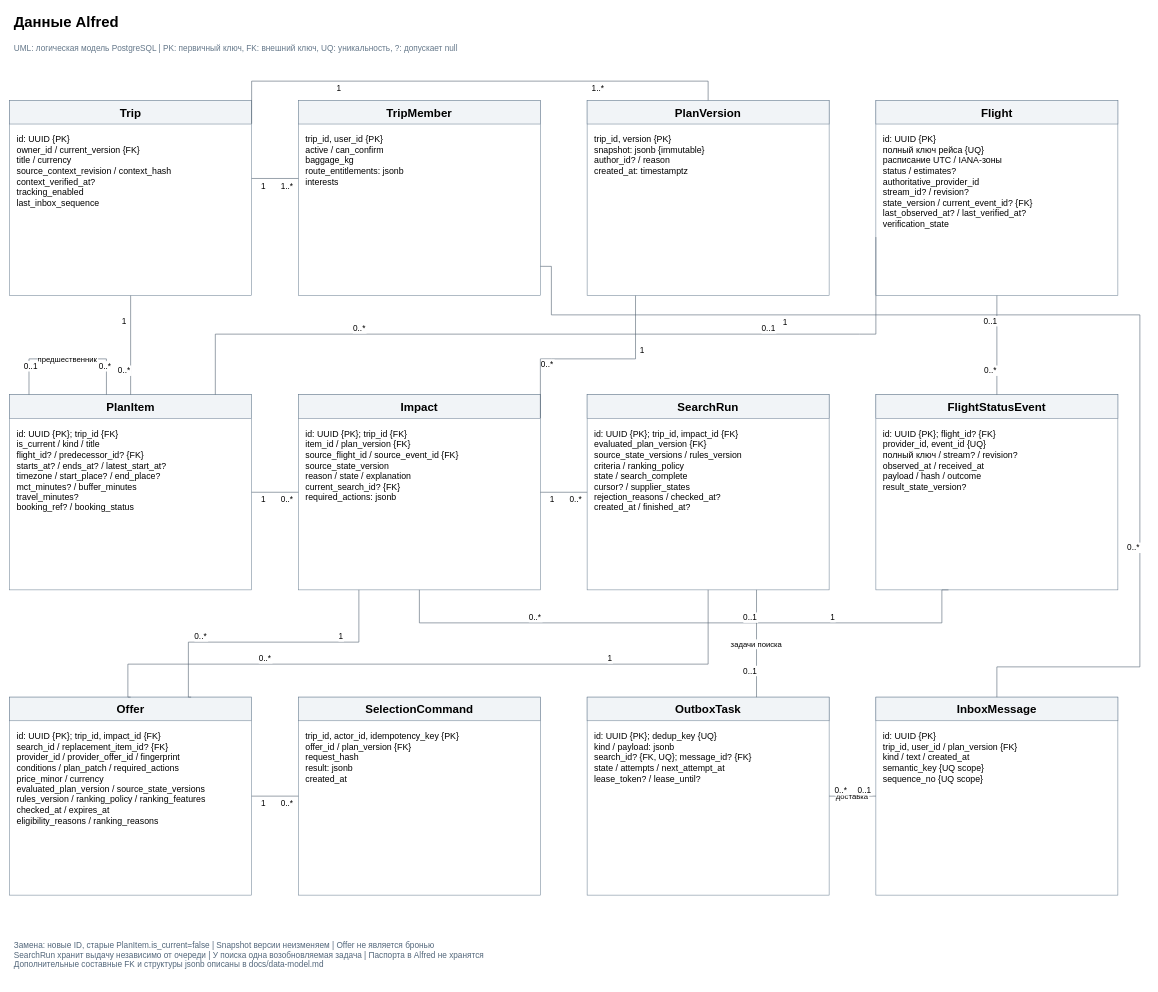
Earlier version of the draw.io diagram docs/diagrams/04-data-model.drawio (klarty-n/alfred-travel-system-design). Source tidied: cells renumbered, new cells numbered last; positions are measured from the earlier drawing's top-left corner, leaving out a move shared by most shapes. Both pictures are drawn from the tidied source at 55%, with x=0, y=0 at pixel (9, 9).
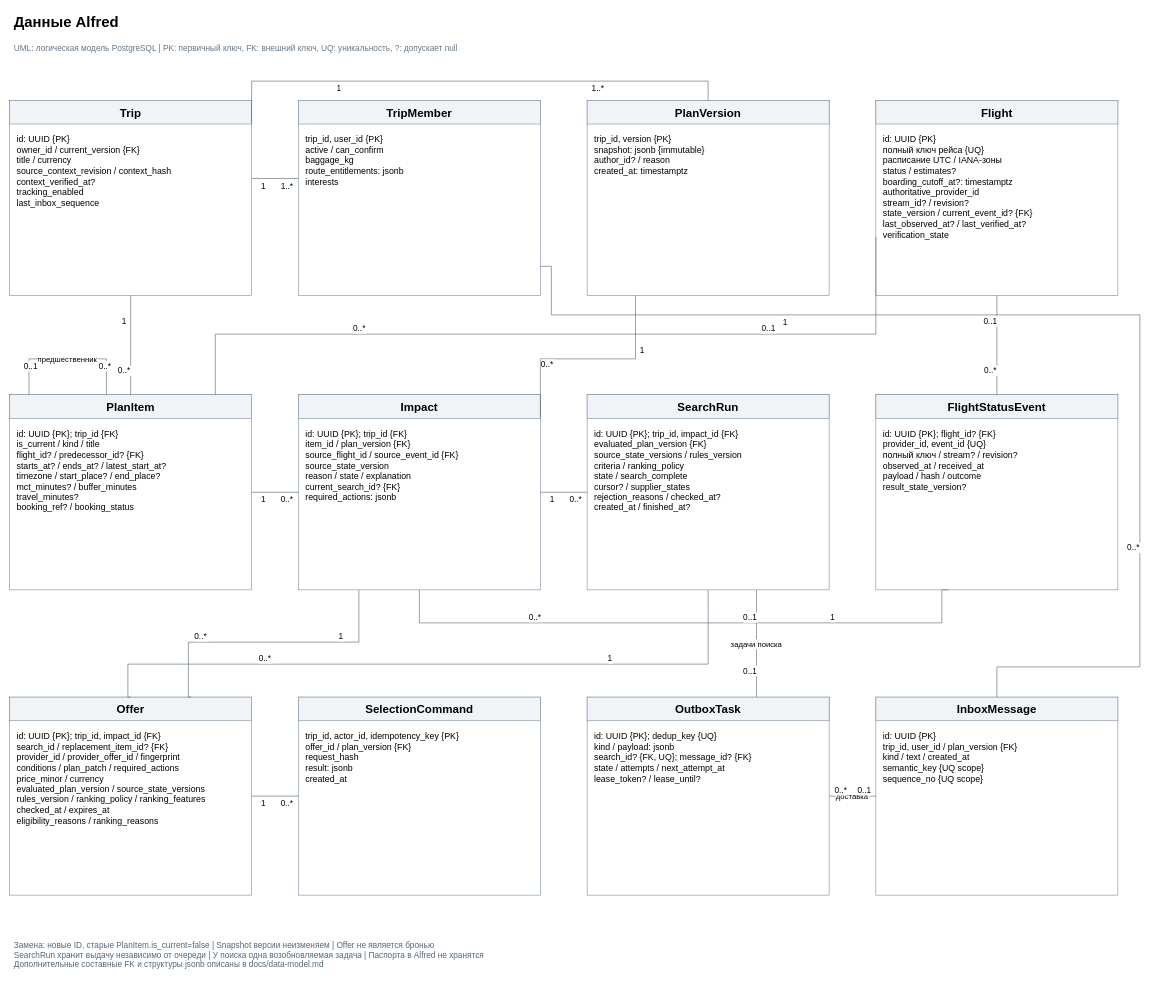
The same diagram, later.

Unchanged cells that the change refers to:
```xml
<mxCell id="13" style="rounded=0;html=0;whiteSpace=wrap;fillColor=#ffffff;strokeColor=#718497;" parent="1" vertex="1">
  <mxGeometry x="1575" y="165" width="440" height="355" as="geometry" />
</mxCell>
```

The edit, as a diff of the source:
```diff
@@
-    <mxCell id="15" value="id: UUID {PK}&#10;полный ключ рейса {UQ}&#10;расписание UTC / IANA-зоны&#10;status / estimates?&#10;authoritative_provider_id&#10;stream_id? / revision?&#10;state_version / current_event_id? {FK}&#10;last_observed_at? / last_verified_at?&#10;verification_state" style="text;html=0;whiteSpace=wrap;align=left;verticalAlign=middle;fontFamily=Arial;fontSize=16;spacing=8;verticalAlign=top;fontSize=16;" parent="13" vertex="1">
+    <mxCell id="15" value="id: UUID {PK}&#10;полный ключ рейса {UQ}&#10;расписание UTC / IANA-зоны&#10;status / estimates?&#10;boarding_cutoff_at?: timestamptz&#10;authoritative_provider_id&#10;stream_id? / revision?&#10;state_version / current_event_id? {FK}&#10;last_observed_at? / last_verified_at?&#10;verification_state" style="text;html=0;whiteSpace=wrap;align=left;verticalAlign=middle;fontFamily=Arial;fontSize=16;spacing=8;verticalAlign=top;fontSize=16;" parent="13" vertex="1">
       <mxGeometry x="5" y="49" width="430" height="300" as="geometry" />
     </mxCell>
```
